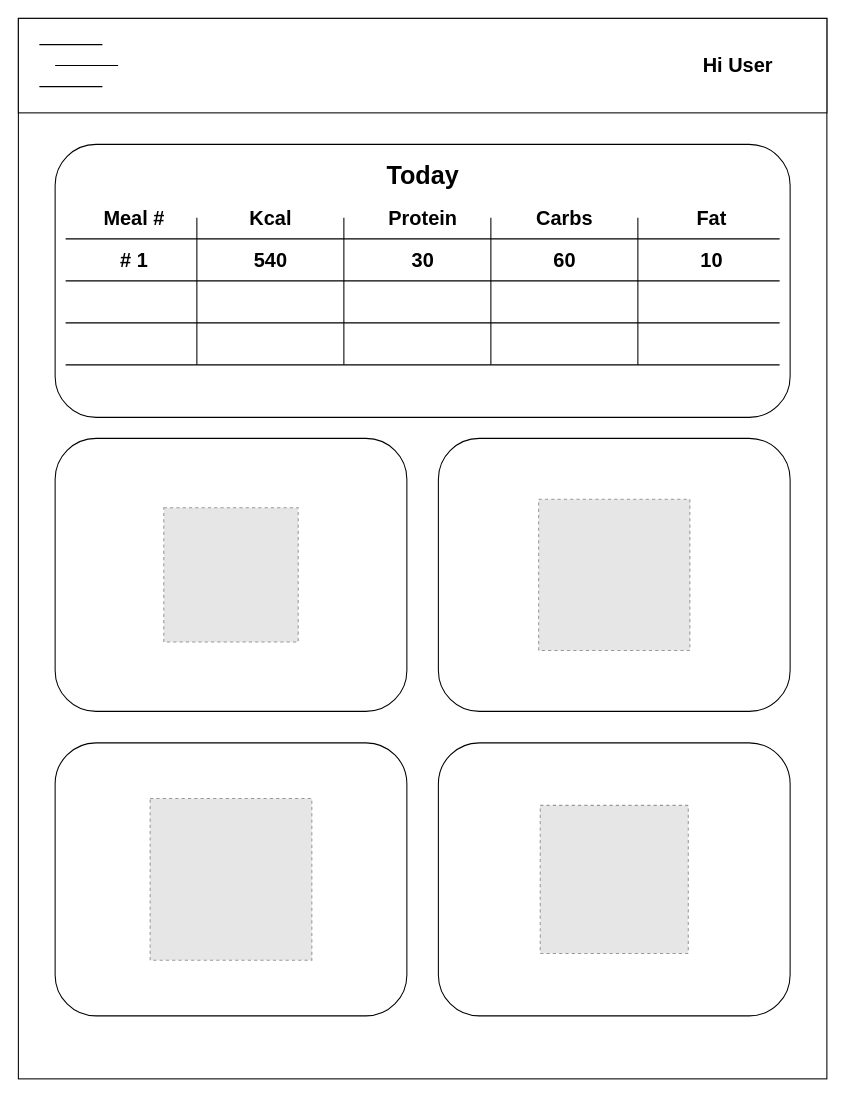
Before: page "Main Page" (2 of 5) of CaloriesDb.drawio in pieczarkaniesmacznosci/calories-tracker, a draw.io diagram. Source tidied: cells renumbered, new cells numbered last; positions are measured from the earlier drawing's top-left corner, leaving out a move shared by most shapes. Both pictures are drawn from the tidied source at 105%, with x=0, y=0 at pixel (18, 18). Pictures stored in the file or linked from it are replaced by grey dashed boxes.
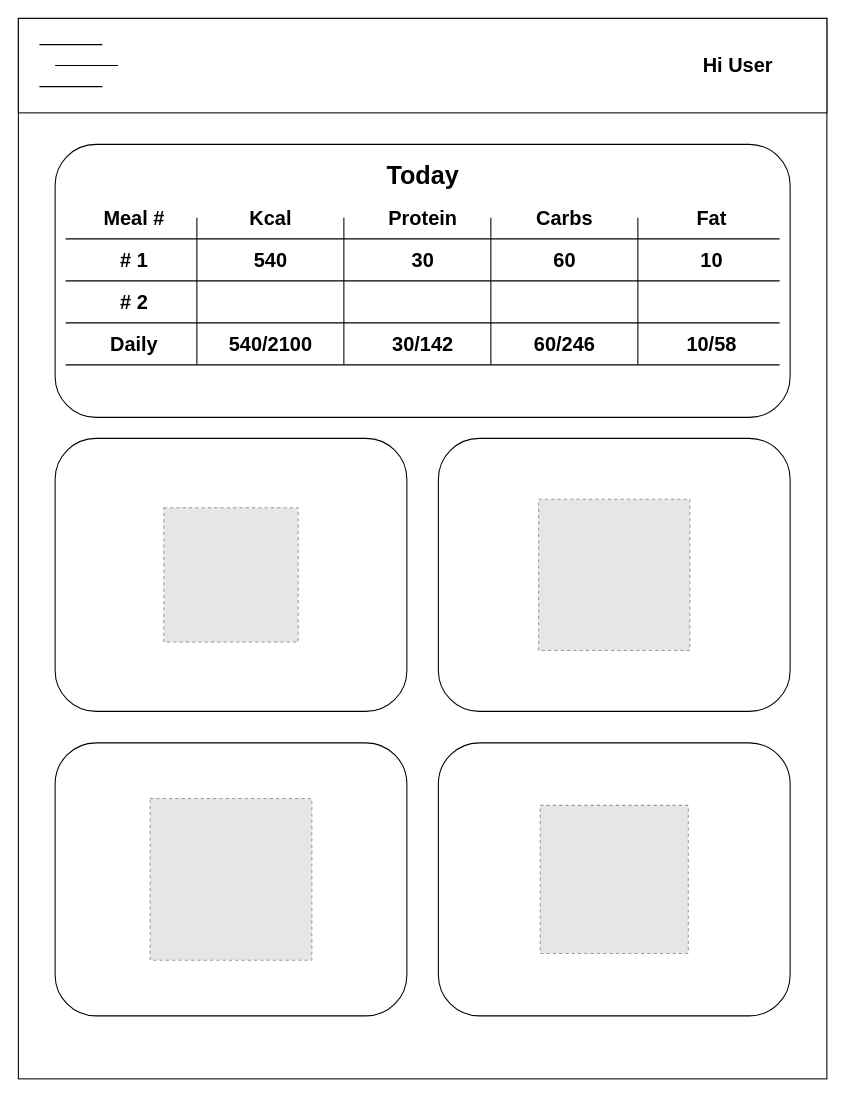
After the change.

The edit, as a diff of the source:
```diff
@@
+    <mxCell id="36" value="&lt;p style=&quot;line-height: 70% ; font-size: 19px&quot;&gt;Daily&lt;/p&gt;" style="text;strokeColor=none;fillColor=none;html=1;fontSize=24;fontStyle=1;verticalAlign=middle;align=center;" parent="1" vertex="1">
+      <mxGeometry x="60" y="290" width="100" height="40" as="geometry" />
+    </mxCell>
+    <mxCell id="37" value="&lt;p style=&quot;line-height: 70% ; font-size: 19px&quot;&gt;540/2100&lt;/p&gt;" style="text;strokeColor=none;fillColor=none;html=1;fontSize=24;fontStyle=1;verticalAlign=middle;align=center;" parent="1" vertex="1">
+      <mxGeometry x="190" y="290" width="100" height="40" as="geometry" />
+    </mxCell>
+    <mxCell id="38" value="&lt;p style=&quot;line-height: 70% ; font-size: 19px&quot;&gt;30/142&lt;/p&gt;" style="text;strokeColor=none;fillColor=none;html=1;fontSize=24;fontStyle=1;verticalAlign=middle;align=center;" parent="1" vertex="1">
+      <mxGeometry x="335" y="290" width="100" height="40" as="geometry" />
+    </mxCell>
+    <mxCell id="39" value="&lt;p style=&quot;line-height: 70% ; font-size: 19px&quot;&gt;60/246&lt;/p&gt;" style="text;strokeColor=none;fillColor=none;html=1;fontSize=24;fontStyle=1;verticalAlign=middle;align=center;" parent="1" vertex="1">
+      <mxGeometry x="470" y="290" width="100" height="40" as="geometry" />
+    </mxCell>
+    <mxCell id="40" value="&lt;p style=&quot;line-height: 70% ; font-size: 19px&quot;&gt;10/58&lt;/p&gt;" style="text;strokeColor=none;fillColor=none;html=1;fontSize=24;fontStyle=1;verticalAlign=middle;align=center;" parent="1" vertex="1">
+      <mxGeometry x="610" y="290" width="100" height="40" as="geometry" />
+    </mxCell>
+    <mxCell id="41" value="&lt;p style=&quot;line-height: 70% ; font-size: 19px&quot;&gt;# 2&lt;/p&gt;" style="text;strokeColor=none;fillColor=none;html=1;fontSize=24;fontStyle=1;verticalAlign=middle;align=center;" parent="1" vertex="1">
+      <mxGeometry x="60" y="250" width="100" height="40" as="geometry" />
+    </mxCell>
```
